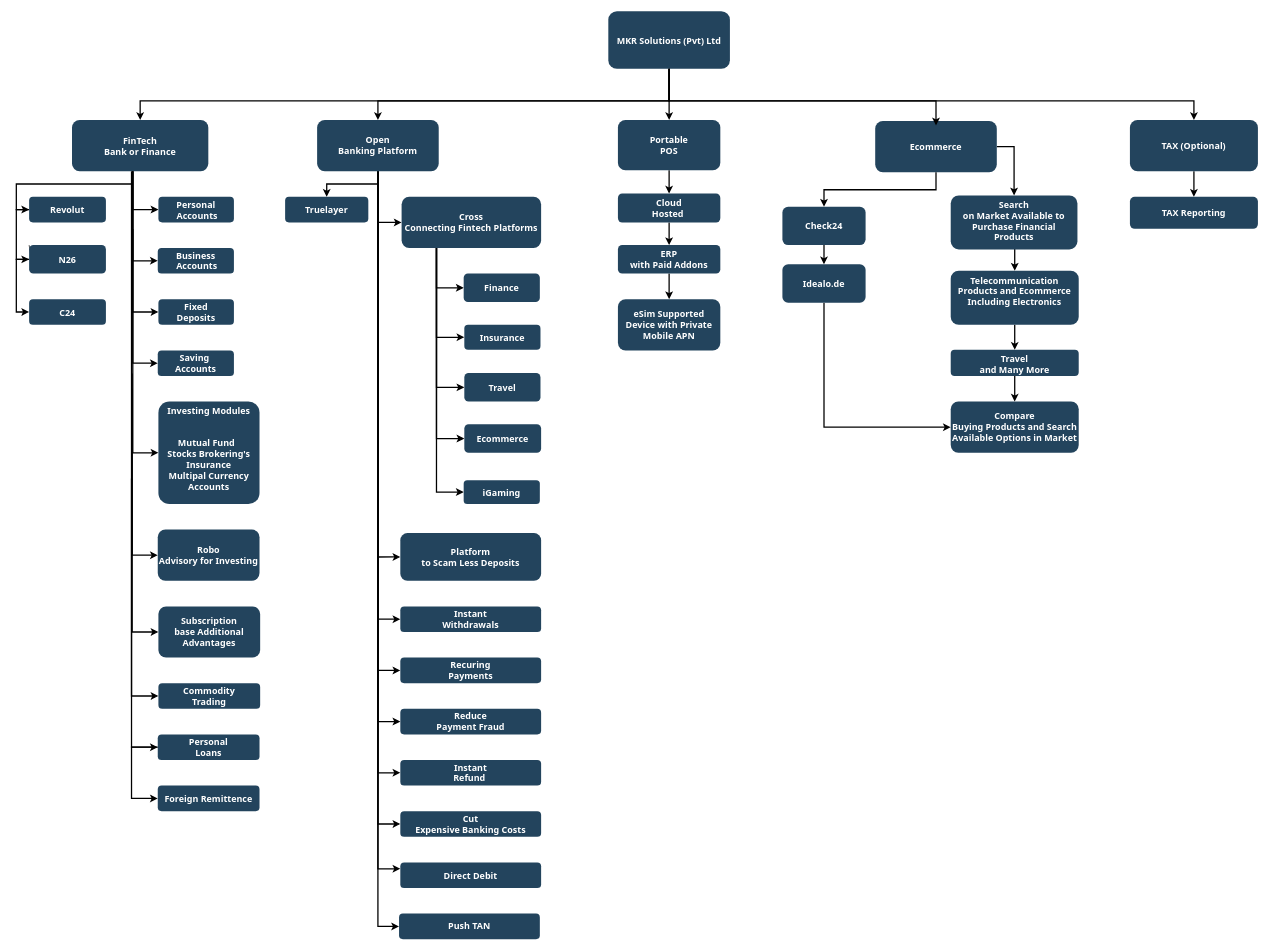
Earlier version of the draw.io diagram MKR.drawio (sachini9427/MKR). Source tidied: cells renumbered, new cells numbered last; positions are measured from the earlier drawing's top-left corner, leaving out a move shared by most shapes. Both pictures are drawn from the tidied source at 64%, with x=0, y=0 at pixel (16, 11).
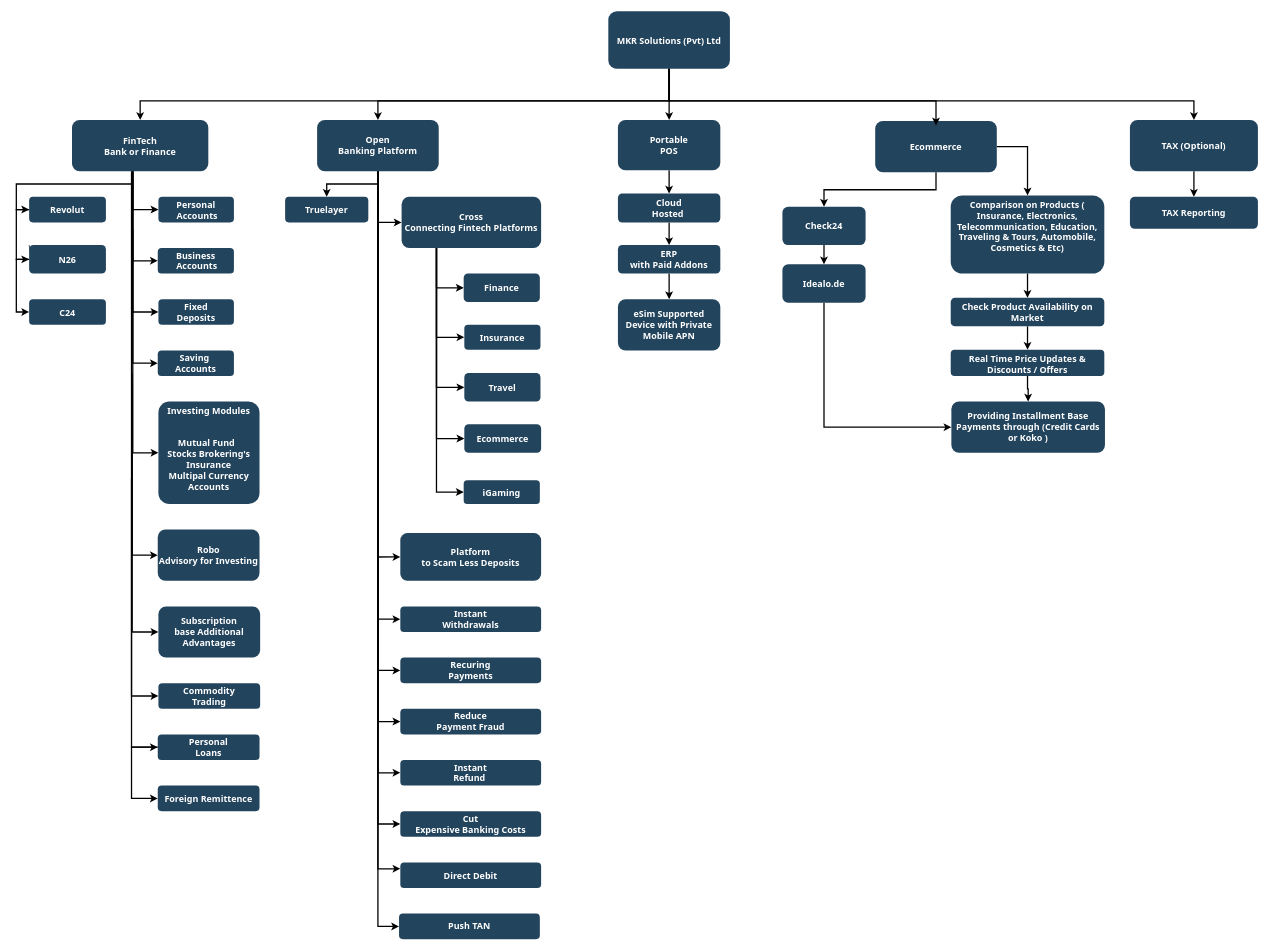
After the change.

Diff of the diagram source:
```diff
@@
-    <mxCell id="59" style="edgeStyle=orthogonalEdgeStyle;rounded=0;jettySize=auto;html=1;exitX=0.5;exitY=1;exitDx=0;exitDy=0;entryX=0.5;entryY=0;entryDx=0;entryDy=0;strokeWidth=2;" parent="1" edge="1" source="60" target="85">
+    <mxCell id="59" style="edgeStyle=orthogonalEdgeStyle;rounded=0;jettySize=auto;html=1;exitX=0.5;exitY=1;exitDx=0;exitDy=0;strokeWidth=2;" parent="1" edge="1" source="60" target="85">
       <mxGeometry relative="1" as="geometry" />
     </mxCell>
-    <mxCell id="60" value="Search&#10;on Market Available to Purchase Financial Products" style="rounded=1;fillColor=#23445D;gradientColor=none;strokeColor=none;fontColor=#FFFFFF;fontStyle=1;fontFamily=Tahoma;fontSize=14;verticalAlign=top;align=center;horizontal=1;labelBackgroundColor=none;labelBorderColor=none;textShadow=0;whiteSpace=wrap;" parent="1" vertex="1">
-      <mxGeometry x="1460" y="287.8" width="198" height="84.5" as="geometry" />
+    <mxCell id="60" value="Comparison on Products ( Insurance, Electronics, Telecommunication, Education, Traveling &amp; Tours, Automobile, Cosmetics &amp; Etc) " style="rounded=1;fillColor=#23445D;gradientColor=none;strokeColor=none;fontColor=#FFFFFF;fontStyle=1;fontFamily=Tahoma;fontSize=14;verticalAlign=top;align=center;horizontal=1;labelBackgroundColor=none;labelBorderColor=none;textShadow=0;whiteSpace=wrap;" parent="1" vertex="1">
+      <mxGeometry x="1460" y="287.8" width="240" height="122.2" as="geometry" />
     </mxCell>
-    <mxCell id="61" value="Compare&#10;Buying Products and Search Available Options in Market" style="rounded=1;fillColor=#23445D;gradientColor=none;strokeColor=none;fontColor=#FFFFFF;fontStyle=1;fontFamily=Tahoma;fontSize=14;whiteSpace=wrap;" parent="1" vertex="1">
-      <mxGeometry x="1460" y="610" width="200" height="80" as="geometry" />
+    <mxCell id="61" value="Providing Installment Base Payments through (Credit Cards or Koko )" style="rounded=1;fillColor=#23445D;gradientColor=none;strokeColor=none;fontColor=#FFFFFF;fontStyle=1;fontFamily=Tahoma;fontSize=14;whiteSpace=wrap;" parent="1" vertex="1">
+      <mxGeometry x="1461" y="610" width="240" height="80" as="geometry" />
     </mxCell>
@@
-    <mxCell id="85" value="Telecommunication&#10;Products and Ecommerce Including Electronics" style="rounded=1;fillColor=#23445D;gradientColor=none;strokeColor=none;fontColor=#FFFFFF;fontStyle=1;fontFamily=Tahoma;fontSize=14;verticalAlign=top;align=center;horizontal=1;labelBackgroundColor=none;labelBorderColor=none;textShadow=0;whiteSpace=wrap;" parent="1" vertex="1">
-      <mxGeometry x="1460" y="405.5" width="200" height="84.5" as="geometry" />
+    <mxCell id="85" value="Check Product Availability on Market" style="rounded=1;fillColor=#23445D;gradientColor=none;strokeColor=none;fontColor=#FFFFFF;fontStyle=1;fontFamily=Tahoma;fontSize=14;verticalAlign=top;align=center;horizontal=1;labelBackgroundColor=none;labelBorderColor=none;textShadow=0;whiteSpace=wrap;" parent="1" vertex="1">
+      <mxGeometry x="1460" y="447.8" width="240" height="44.5" as="geometry" />
     </mxCell>
-    <mxCell id="86" style="edgeStyle=orthogonalEdgeStyle;rounded=0;jettySize=auto;html=1;exitX=0.5;exitY=1;exitDx=0;exitDy=0;entryX=0.5;entryY=0;entryDx=0;entryDy=0;strokeWidth=2;" parent="1" edge="1" source="87" target="61">
+    <mxCell id="86" style="edgeStyle=orthogonalEdgeStyle;rounded=0;jettySize=auto;html=1;exitX=0.5;exitY=1;exitDx=0;exitDy=0;strokeWidth=2;" parent="1" edge="1" source="87" target="61">
       <mxGeometry relative="1" as="geometry" />
     </mxCell>
-    <mxCell id="87" value="Travel&#10;and Many More" style="rounded=1;fillColor=#23445D;gradientColor=none;strokeColor=none;fontColor=#FFFFFF;fontStyle=1;fontFamily=Tahoma;fontSize=14;verticalAlign=top;align=center;horizontal=1;labelBackgroundColor=none;labelBorderColor=none;textShadow=0;whiteSpace=wrap;" parent="1" vertex="1">
-      <mxGeometry x="1460" y="529" width="200" height="41" as="geometry" />
+    <mxCell id="87" value="Real Time Price Updates &amp; Discounts / Offers" style="rounded=1;fillColor=#23445D;gradientColor=none;strokeColor=none;fontColor=#FFFFFF;fontStyle=1;fontFamily=Tahoma;fontSize=14;verticalAlign=top;align=center;horizontal=1;labelBackgroundColor=none;labelBorderColor=none;textShadow=0;whiteSpace=wrap;" parent="1" vertex="1">
+      <mxGeometry x="1460" y="529" width="240" height="41" as="geometry" />
     </mxCell>
```
